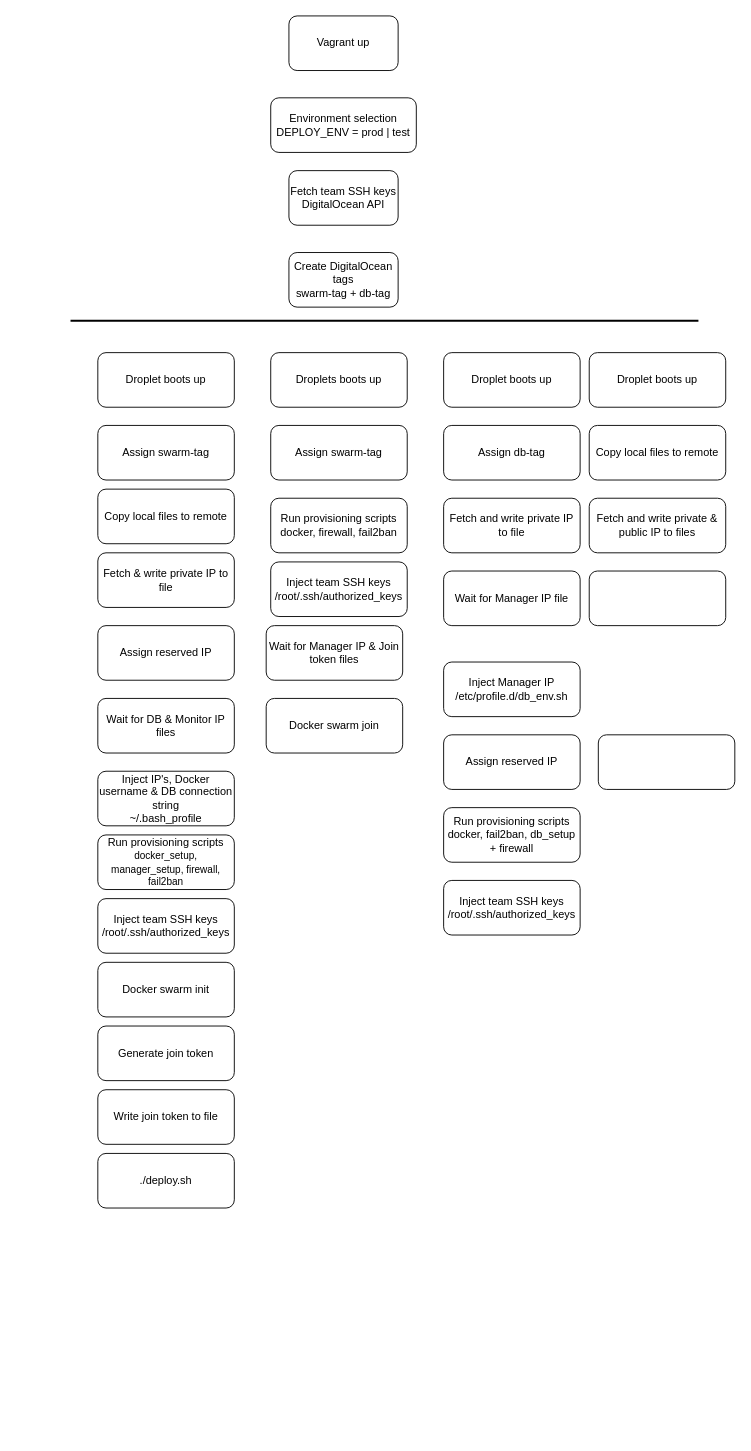
ITU-DevOps2026/ITU-minitwit keeps this draw.io diagram as report/diagrams/vagrant-flow.drawio. Above is the earlier version. Source tidied: cells renumbered, new cells numbered last; positions are measured from the earlier drawing's top-left corner, leaving out a move shared by most shapes. Both pictures are drawn from the tidied source at 91%, with x=0, y=0 at pixel (70, 15).
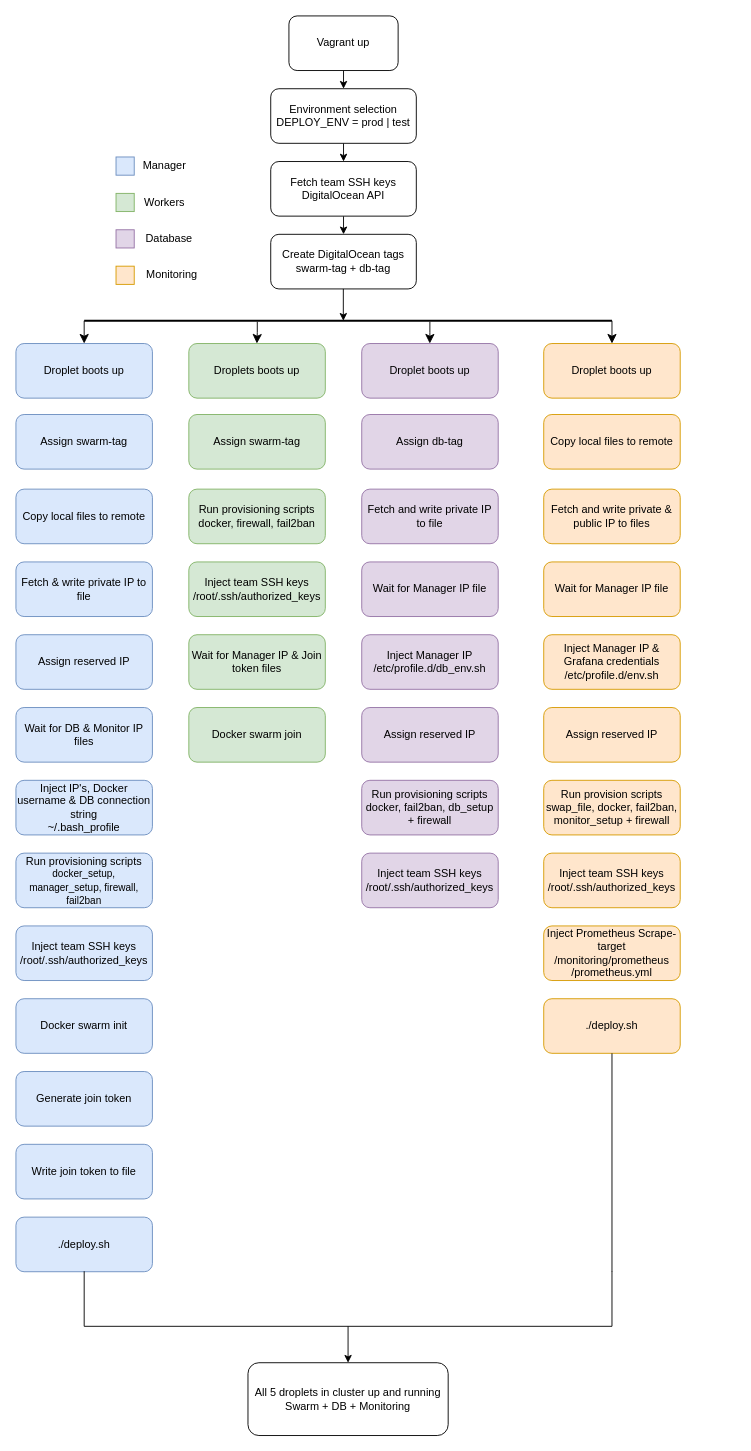
The same page after the edit.

Commit message:
Diagram draft finished

Unchanged cells that the change refers to:
```xml
<mxCell id="2" value="Vagrant up" style="rounded=1;whiteSpace=wrap;html=1;" parent="1" vertex="1">
  <mxGeometry x="240" width="120" height="60" as="geometry" />
</mxCell>
```

Diff of the diagram source:
```diff
@@
+    <mxCell id="39" style="edgeStyle=none;html=1;exitX=0.5;exitY=1;exitDx=0;exitDy=0;entryX=0.5;entryY=0;entryDx=0;entryDy=0;" parent="1" edge="1" source="2" target="3">
+      <mxGeometry relative="1" as="geometry" />
+    </mxCell>
@@
+    <mxCell id="40" style="edgeStyle=none;html=1;exitX=0.5;exitY=1;exitDx=0;exitDy=0;entryX=0.5;entryY=0;entryDx=0;entryDy=0;" parent="1" edge="1" source="3" target="4">
+      <mxGeometry relative="1" as="geometry" />
+    </mxCell>
     <mxCell id="3" value="Environment selection&lt;div&gt;DEPLOY_ENV = prod | test&lt;/div&gt;" style="rounded=1;whiteSpace=wrap;html=1;" parent="1" vertex="1">
-      <mxGeometry x="220" y="90" width="160" height="60" as="geometry" />
+      <mxGeometry x="220" y="80" width="160" height="60" as="geometry" />
     </mxCell>
+    <mxCell id="41" style="edgeStyle=none;html=1;exitX=0.5;exitY=1;exitDx=0;exitDy=0;entryX=0.5;entryY=0;entryDx=0;entryDy=0;" parent="1" edge="1" source="4" target="5">
+      <mxGeometry relative="1" as="geometry" />
+    </mxCell>
     <mxCell id="4" value="Fetch team SSH keys&lt;div&gt;DigitalOcean API&lt;/div&gt;" style="rounded=1;whiteSpace=wrap;html=1;" parent="1" vertex="1">
-      <mxGeometry x="240" y="170" width="120" height="60" as="geometry" />
+      <mxGeometry x="220" y="160" width="160" height="60" as="geometry" />
     </mxCell>
     <mxCell id="5" value="Create DigitalOcean tags&lt;div&gt;swarm-tag + db-tag&lt;/div&gt;" style="rounded=1;whiteSpace=wrap;html=1;" parent="1" vertex="1">
-      <mxGeometry x="240" y="260" width="120" height="60" as="geometry" />
+      <mxGeometry x="220" y="240" width="160" height="60" as="geometry" />
     </mxCell>
     <mxCell id="6" style="line;strokeWidth=2;html=1;" parent="1" vertex="1">
-      <mxGeometry y="330" width="690" height="10" as="geometry" />
+      <mxGeometry x="15" y="330" width="580" height="10" as="geometry" />
     </mxCell>
-    <mxCell id="7" value="Droplet boots up" style="rounded=1;whiteSpace=wrap;html=1;" parent="1" vertex="1">
-      <mxGeometry x="30" y="370" width="150" height="60" as="geometry" />
+    <mxCell id="7" value="Droplet boots up" style="rounded=1;whiteSpace=wrap;html=1;fillColor=#dae8fc;strokeColor=#6c8ebf;" parent="1" vertex="1">
+      <mxGeometry x="-60" y="360" width="150" height="60" as="geometry" />
     </mxCell>
-    <mxCell id="8" value="Droplets boots up" style="rounded=1;whiteSpace=wrap;html=1;" parent="1" vertex="1">
-      <mxGeometry x="220" y="370" width="150" height="60" as="geometry" />
+    <mxCell id="8" value="Droplets boots up" style="rounded=1;whiteSpace=wrap;html=1;fillColor=#d5e8d4;strokeColor=#82b366;" parent="1" vertex="1">
+      <mxGeometry x="130" y="360" width="150" height="60" as="geometry" />
     </mxCell>
-    <mxCell id="9" value="Droplet boots up" style="rounded=1;whiteSpace=wrap;html=1;" parent="1" vertex="1">
-      <mxGeometry x="410" y="370" width="150" height="60" as="geometry" />
+    <mxCell id="9" value="Droplet boots up" style="rounded=1;whiteSpace=wrap;html=1;fillColor=#e1d5e7;strokeColor=#9673a6;" parent="1" vertex="1">
+      <mxGeometry x="320" y="360" width="150" height="60" as="geometry" />
     </mxCell>
-    <mxCell id="10" value="Droplet boots up" style="rounded=1;whiteSpace=wrap;html=1;" parent="1" vertex="1">
-      <mxGeometry x="570" y="370" width="150" height="60" as="geometry" />
+    <mxCell id="10" value="Droplet boots up" style="rounded=1;whiteSpace=wrap;html=1;fillColor=#ffe6cc;strokeColor=#d79b00;" parent="1" vertex="1">
+      <mxGeometry x="520" y="360" width="150" height="60" as="geometry" />
     </mxCell>
-    <mxCell id="11" value="Assign swarm-tag" style="rounded=1;whiteSpace=wrap;html=1;" parent="1" vertex="1">
-      <mxGeometry x="30" y="450" width="150" height="60" as="geometry" />
+    <mxCell id="11" value="Assign swarm-tag" style="rounded=1;whiteSpace=wrap;html=1;fillColor=#dae8fc;strokeColor=#6c8ebf;" parent="1" vertex="1">
+      <mxGeometry x="-60" y="438" width="150" height="60" as="geometry" />
     </mxCell>
-    <mxCell id="12" value="Copy local files to remote" style="rounded=1;whiteSpace=wrap;html=1;" parent="1" vertex="1">
-      <mxGeometry x="30" y="520" width="150" height="60" as="geometry" />
+    <mxCell id="12" value="Copy local files to remote" style="rounded=1;whiteSpace=wrap;html=1;fillColor=#dae8fc;strokeColor=#6c8ebf;" parent="1" vertex="1">
+      <mxGeometry x="-60" y="520" width="150" height="60" as="geometry" />
     </mxCell>
-    <mxCell id="13" value="Fetch &amp;amp; write private IP to file" style="rounded=1;whiteSpace=wrap;html=1;" parent="1" vertex="1">
-      <mxGeometry x="30" y="590" width="150" height="60" as="geometry" />
+    <mxCell id="13" value="Fetch &amp;amp; write private IP to file" style="rounded=1;whiteSpace=wrap;html=1;fillColor=#dae8fc;strokeColor=#6c8ebf;" parent="1" vertex="1">
+      <mxGeometry x="-60" y="600" width="150" height="60" as="geometry" />
     </mxCell>
-    <mxCell id="14" value="Assign reserved IP" style="rounded=1;whiteSpace=wrap;html=1;" parent="1" vertex="1">
-      <mxGeometry x="30" y="670" width="150" height="60" as="geometry" />
+    <mxCell id="14" value="Assign reserved IP" style="rounded=1;whiteSpace=wrap;html=1;fillColor=#dae8fc;strokeColor=#6c8ebf;" parent="1" vertex="1">
+      <mxGeometry x="-60" y="680" width="150" height="60" as="geometry" />
     </mxCell>
-    <mxCell id="15" value="Wait for DB &amp;amp; Monitor IP files" style="rounded=1;whiteSpace=wrap;html=1;" parent="1" vertex="1">
-      <mxGeometry x="30" y="750" width="150" height="60" as="geometry" />
+    <mxCell id="15" value="Wait for DB &amp;amp; Monitor IP files" style="rounded=1;whiteSpace=wrap;html=1;fillColor=#dae8fc;strokeColor=#6c8ebf;" parent="1" vertex="1">
+      <mxGeometry x="-60" y="760" width="150" height="60" as="geometry" />
     </mxCell>
-    <mxCell id="16" value="Inject IP's, Docker username &amp;amp; DB connection string&lt;div&gt;~/.bash_profile&lt;/div&gt;" style="rounded=1;whiteSpace=wrap;html=1;" parent="1" vertex="1">
-      <mxGeometry x="30" y="830" width="150" height="60" as="geometry" />
+    <mxCell id="16" value="Inject IP's, Docker username &amp;amp; DB connection string&lt;div&gt;~/.bash_profile&lt;/div&gt;" style="rounded=1;whiteSpace=wrap;html=1;fillColor=#dae8fc;strokeColor=#6c8ebf;" parent="1" vertex="1">
+      <mxGeometry x="-60" y="840" width="150" height="60" as="geometry" />
     </mxCell>
-    <mxCell id="17" value="Run provisioning scripts&lt;div&gt;&lt;font style=&quot;font-size: 11px;&quot;&gt;docker_setup, manager_setup, firewall, fail2ban&lt;/font&gt;&lt;/div&gt;" style="rounded=1;whiteSpace=wrap;html=1;" parent="1" vertex="1">
-      <mxGeometry x="30" y="900" width="150" height="60" as="geometry" />
+    <mxCell id="17" value="Run provisioning scripts&lt;div&gt;&lt;font style=&quot;font-size: 11px;&quot;&gt;docker_setup, manager_setup, firewall, fail2ban&lt;/font&gt;&lt;/div&gt;" style="rounded=1;whiteSpace=wrap;html=1;fillColor=#dae8fc;strokeColor=#6c8ebf;" parent="1" vertex="1">
+      <mxGeometry x="-60" y="920" width="150" height="60" as="geometry" />
     </mxCell>
-    <mxCell id="18" value="Inject team SSH keys&lt;div&gt;/root/.ssh/authorized_keys&lt;/div&gt;" style="rounded=1;whiteSpace=wrap;html=1;" parent="1" vertex="1">
-      <mxGeometry x="30" y="970" width="150" height="60" as="geometry" />
+    <mxCell id="18" value="Inject team SSH keys&lt;div&gt;/root/.ssh/authorized_keys&lt;/div&gt;" style="rounded=1;whiteSpace=wrap;html=1;fillColor=#dae8fc;strokeColor=#6c8ebf;" parent="1" vertex="1">
+      <mxGeometry x="-60" y="1000" width="150" height="60" as="geometry" />
     </mxCell>
-    <mxCell id="19" value="Run provisioning scripts&lt;div&gt;docker, firewall, fail2ban&lt;/div&gt;" style="rounded=1;whiteSpace=wrap;html=1;" parent="1" vertex="1">
-      <mxGeometry x="220" y="530" width="150" height="60" as="geometry" />
+    <mxCell id="19" value="Run provisioning scripts&lt;div&gt;docker, firewall, fail2ban&lt;/div&gt;" style="rounded=1;whiteSpace=wrap;html=1;fillColor=#d5e8d4;strokeColor=#82b366;" parent="1" vertex="1">
+      <mxGeometry x="130" y="520" width="150" height="60" as="geometry" />
     </mxCell>
-    <mxCell id="20" style="rounded=1;whiteSpace=wrap;html=1;" parent="1" vertex="1">
-      <mxGeometry x="570" y="610" width="150" height="60" as="geometry" />
+    <mxCell id="20" value="Wait for Manager IP file" style="rounded=1;whiteSpace=wrap;html=1;fillColor=#ffe6cc;strokeColor=#d79b00;" parent="1" vertex="1">
+      <mxGeometry x="520" y="600" width="150" height="60" as="geometry" />
     </mxCell>
-    <mxCell id="21" value="Docker swarm join" style="rounded=1;whiteSpace=wrap;html=1;" parent="1" vertex="1">
-      <mxGeometry x="215" y="750" width="150" height="60" as="geometry" />
+    <mxCell id="21" value="Docker swarm join" style="rounded=1;whiteSpace=wrap;html=1;fillColor=#d5e8d4;strokeColor=#82b366;" parent="1" vertex="1">
+      <mxGeometry x="130" y="760" width="150" height="60" as="geometry" />
     </mxCell>
-    <mxCell id="22" value="Fetch and write private IP to file" style="rounded=1;whiteSpace=wrap;html=1;" parent="1" vertex="1">
-      <mxGeometry x="410" y="530" width="150" height="60" as="geometry" />
+    <mxCell id="22" value="Fetch and write private IP to file" style="rounded=1;whiteSpace=wrap;html=1;fillColor=#e1d5e7;strokeColor=#9673a6;" parent="1" vertex="1">
+      <mxGeometry x="320" y="520" width="150" height="60" as="geometry" />
     </mxCell>
-    <mxCell id="23" value="Wait for Manager IP file" style="rounded=1;whiteSpace=wrap;html=1;" parent="1" vertex="1">
-      <mxGeometry x="410" y="610" width="150" height="60" as="geometry" />
+    <mxCell id="23" value="Wait for Manager IP file" style="rounded=1;whiteSpace=wrap;html=1;fillColor=#e1d5e7;strokeColor=#9673a6;" parent="1" vertex="1">
+      <mxGeometry x="320" y="600" width="150" height="60" as="geometry" />
     </mxCell>
-    <mxCell id="24" value="Assign db-tag" style="rounded=1;whiteSpace=wrap;html=1;" parent="1" vertex="1">
-      <mxGeometry x="410" y="450" width="150" height="60" as="geometry" />
+    <mxCell id="24" value="Assign db-tag" style="rounded=1;whiteSpace=wrap;html=1;fillColor=#e1d5e7;strokeColor=#9673a6;" parent="1" vertex="1">
+      <mxGeometry x="320" y="438" width="150" height="60" as="geometry" />
     </mxCell>
-    <mxCell id="25" value="Fetch and write private &amp;amp; public IP to files" style="rounded=1;whiteSpace=wrap;html=1;" parent="1" vertex="1">
-      <mxGeometry x="570" y="530" width="150" height="60" as="geometry" />
+    <mxCell id="25" value="Fetch and write private &amp;amp; public IP to files" style="rounded=1;whiteSpace=wrap;html=1;fillColor=#ffe6cc;strokeColor=#d79b00;" parent="1" vertex="1">
+      <mxGeometry x="520" y="520" width="150" height="60" as="geometry" />
     </mxCell>
-    <mxCell id="26" style="rounded=1;whiteSpace=wrap;html=1;" parent="1" vertex="1">
-      <mxGeometry x="580" y="790" width="150" height="60" as="geometry" />
-    </mxCell>
-    <mxCell id="27" value="Wait for Manager IP &amp;amp; Join token files" style="rounded=1;whiteSpace=wrap;html=1;" parent="1" vertex="1">
-      <mxGeometry x="215" y="670" width="150" height="60" as="geometry" />
+    <mxCell id="27" value="Wait for Manager IP &amp;amp; Join token files" style="rounded=1;whiteSpace=wrap;html=1;fillColor=#d5e8d4;strokeColor=#82b366;" parent="1" vertex="1">
+      <mxGeometry x="130" y="680" width="150" height="60" as="geometry" />
     </mxCell>
-    <mxCell id="28" value="./deploy.sh" style="rounded=1;whiteSpace=wrap;html=1;" parent="1" vertex="1">
-      <mxGeometry x="30" y="1250" width="150" height="60" as="geometry" />
+    <mxCell id="28" value="./deploy.sh" style="rounded=1;whiteSpace=wrap;html=1;fillColor=#dae8fc;strokeColor=#6c8ebf;" parent="1" vertex="1">
+      <mxGeometry x="-60" y="1320" width="150" height="60" as="geometry" />
     </mxCell>
-    <mxCell id="29" value="Write join token to file" style="rounded=1;whiteSpace=wrap;html=1;" parent="1" vertex="1">
-      <mxGeometry x="30" y="1180" width="150" height="60" as="geometry" />
+    <mxCell id="29" value="Write join token to file" style="rounded=1;whiteSpace=wrap;html=1;fillColor=#dae8fc;strokeColor=#6c8ebf;" parent="1" vertex="1">
+      <mxGeometry x="-60" y="1240" width="150" height="60" as="geometry" />
     </mxCell>
-    <mxCell id="30" value="Generate join token" style="rounded=1;whiteSpace=wrap;html=1;" parent="1" vertex="1">
-      <mxGeometry x="30" y="1110" width="150" height="60" as="geometry" />
+    <mxCell id="30" value="Generate join token" style="rounded=1;whiteSpace=wrap;html=1;fillColor=#dae8fc;strokeColor=#6c8ebf;" parent="1" vertex="1">
+      <mxGeometry x="-60" y="1160" width="150" height="60" as="geometry" />
     </mxCell>
-    <mxCell id="31" value="Docker swarm init" style="rounded=1;whiteSpace=wrap;html=1;" parent="1" vertex="1">
-      <mxGeometry x="30" y="1040" width="150" height="60" as="geometry" />
+    <mxCell id="31" value="Docker swarm init" style="rounded=1;whiteSpace=wrap;html=1;fillColor=#dae8fc;strokeColor=#6c8ebf;" parent="1" vertex="1">
+      <mxGeometry x="-60" y="1080" width="150" height="60" as="geometry" />
     </mxCell>
-    <mxCell id="32" value="Assign swarm-tag" style="rounded=1;whiteSpace=wrap;html=1;" parent="1" vertex="1">
-      <mxGeometry x="220" y="450" width="150" height="60" as="geometry" />
+    <mxCell id="32" value="Assign swarm-tag" style="rounded=1;whiteSpace=wrap;html=1;fillColor=#d5e8d4;strokeColor=#82b366;" parent="1" vertex="1">
+      <mxGeometry x="130" y="438" width="150" height="60" as="geometry" />
     </mxCell>
-    <mxCell id="33" value="Inject team SSH keys&lt;div&gt;/root/.ssh/authorized_keys&lt;/div&gt;" style="rounded=1;whiteSpace=wrap;html=1;" parent="1" vertex="1">
-      <mxGeometry x="220" y="600" width="150" height="60" as="geometry" />
+    <mxCell id="33" value="Inject team SSH keys&lt;div&gt;/root/.ssh/authorized_keys&lt;/div&gt;" style="rounded=1;whiteSpace=wrap;html=1;fillColor=#d5e8d4;strokeColor=#82b366;" parent="1" vertex="1">
+      <mxGeometry x="130" y="600" width="150" height="60" as="geometry" />
     </mxCell>
-    <mxCell id="34" value="Inject Manager IP&lt;div&gt;/etc/profile.d/db_env.sh&lt;/div&gt;" style="rounded=1;whiteSpace=wrap;html=1;" parent="1" vertex="1">
-      <mxGeometry x="410" y="710" width="150" height="60" as="geometry" />
+    <mxCell id="34" value="Inject Manager IP&lt;div&gt;/etc/profile.d/db_env.sh&lt;/div&gt;" style="rounded=1;whiteSpace=wrap;html=1;fillColor=#e1d5e7;strokeColor=#9673a6;" parent="1" vertex="1">
+      <mxGeometry x="320" y="680" width="150" height="60" as="geometry" />
     </mxCell>
-    <mxCell id="35" value="Assign reserved IP" style="rounded=1;whiteSpace=wrap;html=1;" parent="1" vertex="1">
-      <mxGeometry x="410" y="790" width="150" height="60" as="geometry" />
+    <mxCell id="35" value="Assign reserved IP" style="rounded=1;whiteSpace=wrap;html=1;fillColor=#e1d5e7;strokeColor=#9673a6;" parent="1" vertex="1">
+      <mxGeometry x="320" y="760" width="150" height="60" as="geometry" />
     </mxCell>
-    <mxCell id="36" value="Run provisioning scripts&lt;div&gt;docker, fail2ban, db_setup + firewall&lt;/div&gt;" style="rounded=1;whiteSpace=wrap;html=1;" parent="1" vertex="1">
-      <mxGeometry x="410" y="870" width="150" height="60" as="geometry" />
+    <mxCell id="36" value="Run provisioning scripts&lt;div&gt;docker, fail2ban, db_setup + firewall&lt;/div&gt;" style="rounded=1;whiteSpace=wrap;html=1;fillColor=#e1d5e7;strokeColor=#9673a6;" parent="1" vertex="1">
+      <mxGeometry x="320" y="840" width="150" height="60" as="geometry" />
     </mxCell>
-    <mxCell id="37" value="Inject team SSH keys&lt;div&gt;/root/.ssh/authorized_keys&lt;/div&gt;" style="rounded=1;whiteSpace=wrap;html=1;" parent="1" vertex="1">
-      <mxGeometry x="410" y="950" width="150" height="60" as="geometry" />
+    <mxCell id="37" value="Inject team SSH keys&lt;div&gt;/root/.ssh/authorized_keys&lt;/div&gt;" style="rounded=1;whiteSpace=wrap;html=1;fillColor=#e1d5e7;strokeColor=#9673a6;" parent="1" vertex="1">
+      <mxGeometry x="320" y="920" width="150" height="60" as="geometry" />
     </mxCell>
-    <mxCell id="38" value="Copy local files to remote" style="rounded=1;whiteSpace=wrap;html=1;" parent="1" vertex="1">
-      <mxGeometry x="570" y="450" width="150" height="60" as="geometry" />
+    <mxCell id="38" value="Copy local files to remote" style="rounded=1;whiteSpace=wrap;html=1;fillColor=#ffe6cc;strokeColor=#d79b00;" parent="1" vertex="1">
+      <mxGeometry x="520" y="438" width="150" height="60" as="geometry" />
     </mxCell>
+    <mxCell id="42" value="Inject Prometheus Scrape-target&lt;div&gt;/monitoring/prometheus&lt;/div&gt;&lt;div&gt;/prometheus.yml&lt;/div&gt;" style="rounded=1;whiteSpace=wrap;html=1;fillColor=#ffe6cc;strokeColor=#d79b00;" parent="1" vertex="1">
+      <mxGeometry x="520" y="1000" width="150" height="60" as="geometry" />
+    </mxCell>
+    <mxCell id="43" value="Run provision scripts&lt;div&gt;swap_file, docker, fail2ban, monitor_setup + firewall&lt;/div&gt;" style="rounded=1;whiteSpace=wrap;html=1;fillColor=#ffe6cc;strokeColor=#d79b00;" parent="1" vertex="1">
+      <mxGeometry x="520" y="840" width="150" height="60" as="geometry" />
+    </mxCell>
+    <mxCell id="44" value="Inject Manager IP &amp;amp; Grafana credentials&lt;div&gt;/etc/profile.d/env.sh&lt;/div&gt;" style="rounded=1;whiteSpace=wrap;html=1;fillColor=#ffe6cc;strokeColor=#d79b00;" parent="1" vertex="1">
+      <mxGeometry x="520" y="680" width="150" height="60" as="geometry" />
+    </mxCell>
+    <mxCell id="45" value="Assign reserved IP" style="rounded=1;whiteSpace=wrap;html=1;fillColor=#ffe6cc;strokeColor=#d79b00;" parent="1" vertex="1">
+      <mxGeometry x="520" y="760" width="150" height="60" as="geometry" />
+    </mxCell>
+    <mxCell id="46" value="Inject team SSH keys&lt;div&gt;/root/.ssh/authorized_keys&lt;/div&gt;" style="rounded=1;whiteSpace=wrap;html=1;fillColor=#ffe6cc;strokeColor=#d79b00;" parent="1" vertex="1">
+      <mxGeometry x="520" y="920" width="150" height="60" as="geometry" />
+    </mxCell>
+    <mxCell id="47" value="./deploy.sh" style="rounded=1;whiteSpace=wrap;html=1;fillColor=#ffe6cc;strokeColor=#d79b00;" parent="1" vertex="1">
+      <mxGeometry x="520" y="1080" width="150" height="60" as="geometry" />
+    </mxCell>
+    <mxCell id="48" style="edgeStyle=segmentEdgeStyle;endArrow=classic;html=1;curved=0;rounded=0;endSize=8;startSize=8;entryX=0.5;entryY=0;entryDx=0;entryDy=0;exitX=1;exitY=0.5;exitDx=0;exitDy=0;exitPerimeter=0;" parent="1" edge="1" source="6" target="10">
+      <mxGeometry relative="1" as="geometry" />
+    </mxCell>
+    <mxCell id="49" style="edgeStyle=elbowEdgeStyle;elbow=vertical;endArrow=classic;html=1;curved=0;rounded=0;endSize=8;startSize=8;entryX=0.5;entryY=0;entryDx=0;entryDy=0;exitX=0.328;exitY=0.6;exitDx=0;exitDy=0;exitPerimeter=0;" parent="1" edge="1" source="6">
+      <mxGeometry relative="1" as="geometry">
+        <mxPoint x="204.8" y="360" as="targetPoint" />
+      </mxGeometry>
+    </mxCell>
+    <mxCell id="50" style="edgeStyle=elbowEdgeStyle;elbow=vertical;endArrow=classic;html=1;curved=0;rounded=0;endSize=8;startSize=8;entryX=0.5;entryY=0;entryDx=0;entryDy=0;exitX=0.328;exitY=0.6;exitDx=0;exitDy=0;exitPerimeter=0;" parent="1" edge="1">
+      <mxGeometry relative="1" as="geometry">
+        <mxPoint x="394.9" y="336" as="sourcePoint" />
+        <mxPoint x="394.8" y="360" as="targetPoint" />
+      </mxGeometry>
+    </mxCell>
+    <mxCell id="51" style="edgeStyle=segmentEdgeStyle;endArrow=classic;html=1;curved=0;rounded=0;endSize=8;startSize=8;exitX=0;exitY=0.5;exitDx=0;exitDy=0;exitPerimeter=0;entryX=0.5;entryY=0;entryDx=0;entryDy=0;" parent="1" edge="1" source="6" target="7">
+      <mxGeometry relative="1" as="geometry" />
+    </mxCell>
+    <mxCell id="52" style="endArrow=classic;html=1;entryX=0.491;entryY=0.5;entryDx=0;entryDy=0;entryPerimeter=0;" parent="1" edge="1" target="6">
+      <mxGeometry relative="1" as="geometry">
+        <mxPoint x="299.8" y="300" as="sourcePoint" />
+      </mxGeometry>
+    </mxCell>
+    <mxCell id="53" style="edgeStyle=none;html=1;exitX=0.5;exitY=1;exitDx=0;exitDy=0;entryX=0.5;entryY=0;entryDx=0;entryDy=0;" parent="1" edge="1" source="54" target="56">
+      <mxGeometry relative="1" as="geometry" />
+    </mxCell>
+    <mxCell id="54" style="shape=partialRectangle;whiteSpace=wrap;html=1;bottom=1;right=1;left=1;top=0;fillColor=none;routingCenterX=-0.5;" parent="1" vertex="1">
+      <mxGeometry x="15" y="1380" width="580" height="60" as="geometry" />
+    </mxCell>
+    <mxCell id="55" style="line;strokeWidth=1;direction=south;html=1;" parent="1" vertex="1">
+      <mxGeometry x="590" y="1140" width="10" height="240" as="geometry" />
+    </mxCell>
+    <mxCell id="56" value="All 5 droplets in cluster up and running&lt;div&gt;Swarm + DB + Monitoring&lt;/div&gt;" style="rounded=1;whiteSpace=wrap;html=1;" parent="1" vertex="1">
+      <mxGeometry x="195" y="1480" width="220" height="80" as="geometry" />
+    </mxCell>
+    <mxCell id="57" style="whiteSpace=wrap;html=1;fillColor=#ffe6cc;strokeColor=#d79b00;" parent="1" vertex="1">
+      <mxGeometry x="50" y="275" width="20" height="20" as="geometry" />
+    </mxCell>
+    <mxCell id="58" style="whiteSpace=wrap;html=1;fillColor=#e1d5e7;strokeColor=#9673a6;" parent="1" vertex="1">
+      <mxGeometry x="50" y="235" width="20" height="20" as="geometry" />
+    </mxCell>
+    <mxCell id="59" style="whiteSpace=wrap;html=1;fillColor=#dae8fc;strokeColor=#6c8ebf;" parent="1" vertex="1">
+      <mxGeometry x="50" y="155" width="20" height="20" as="geometry" />
+    </mxCell>
+    <mxCell id="60" style="whiteSpace=wrap;html=1;fillColor=#d5e8d4;strokeColor=#82b366;" parent="1" vertex="1">
+      <mxGeometry x="50" y="195" width="20" height="20" as="geometry" />
+    </mxCell>
+    <mxCell id="61" value="Manager" style="text;html=1;align=center;verticalAlign=middle;strokeColor=none;fillColor=none;" parent="1" vertex="1">
+      <mxGeometry x="68" y="150" width="70" height="30" as="geometry" />
+    </mxCell>
+    <mxCell id="62" value="Workers" style="text;html=1;align=center;verticalAlign=middle;strokeColor=none;fillColor=none;" parent="1" vertex="1">
+      <mxGeometry x="68" y="190" width="70" height="30" as="geometry" />
+    </mxCell>
+    <mxCell id="63" value="Database" style="text;html=1;align=center;verticalAlign=middle;strokeColor=none;fillColor=none;" parent="1" vertex="1">
+      <mxGeometry x="73" y="230" width="70" height="30" as="geometry" />
+    </mxCell>
+    <mxCell id="64" value="Monitoring" style="text;html=1;align=center;verticalAlign=middle;strokeColor=none;fillColor=none;" parent="1" vertex="1">
+      <mxGeometry x="71" y="270" width="80" height="30" as="geometry" />
+    </mxCell>
```
